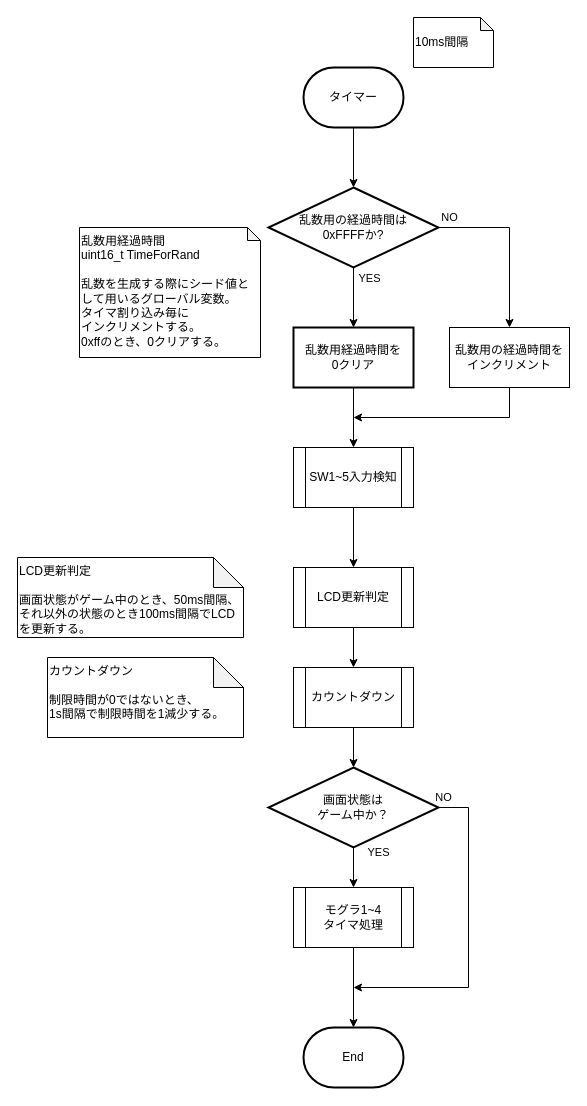
Above: page "タイマ割り込み" (1 of 5) of 資料/設計書/フローチャート/モグラ叩き_フローチャート_割り込み.drawio in hakohumi/comp.train.whack-a-mole (draw.io), before the change. Source tidied: cells renumbered, new cells numbered last; positions are measured from the earlier drawing's top-left corner, leaving out a move shared by most shapes. Both pictures are drawn from the tidied source at 100%, with x=0, y=0 at pixel (17, 17).
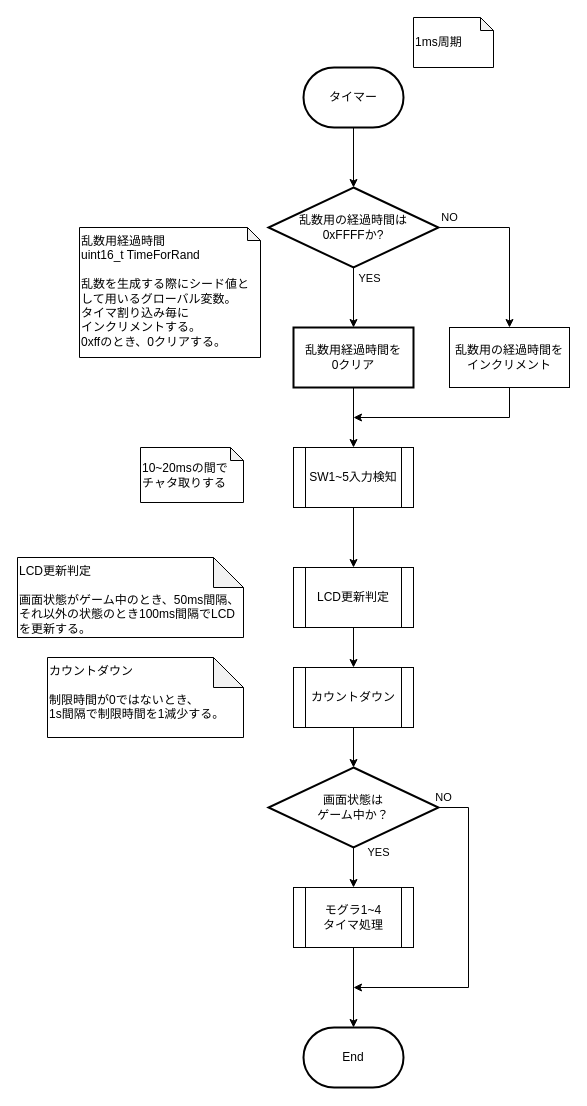
Above is the later version.

The edit, as a diff of the source:
```diff
@@
-    <mxCell id="4" value="10ms間隔" style="shape=note;whiteSpace=wrap;html=1;backgroundOutline=1;darkOpacity=0.05;align=left;size=13;" parent="1" vertex="1">
+    <mxCell id="4" value="1ms周期" style="shape=note;whiteSpace=wrap;html=1;backgroundOutline=1;darkOpacity=0.05;align=left;size=13;" parent="1" vertex="1">
       <mxGeometry x="396" width="80" height="50" as="geometry" />
     </mxCell>
@@
+    <mxCell id="27" value="10~20msの間で&lt;br&gt;チャタ取りする" style="shape=note;whiteSpace=wrap;html=1;backgroundOutline=1;darkOpacity=0.05;align=left;size=13;" parent="1" vertex="1">
+      <mxGeometry x="123" y="430" width="103" height="55" as="geometry" />
+    </mxCell>
```
